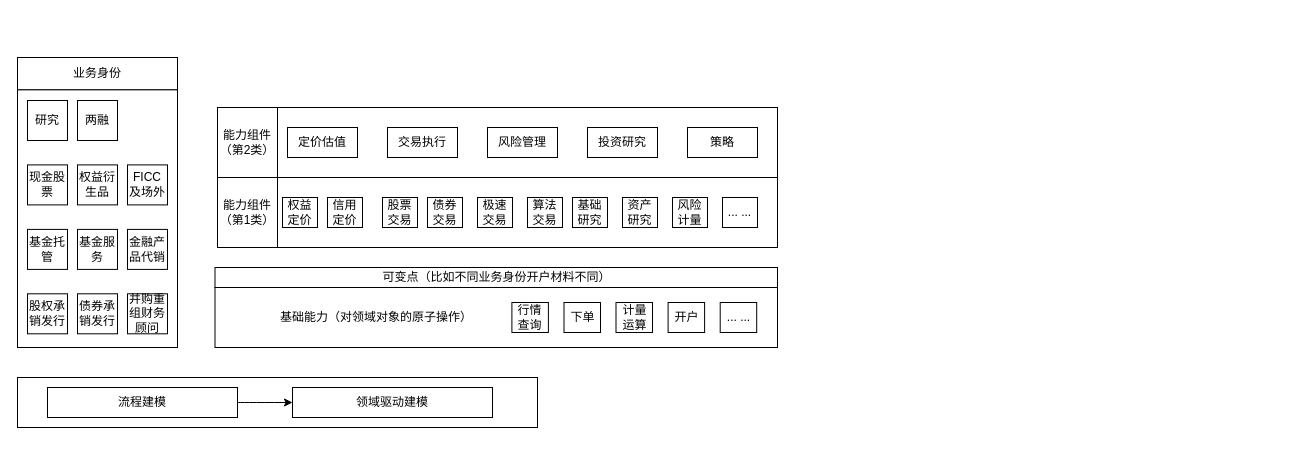
The draw.io diagram 机构业务MEAF全图.drawio in JJFatherL/shuzhuantu, before the edit. Source tidied: cells renumbered, new cells numbered last; positions are measured from the earlier drawing's top-left corner, leaving out a move shared by most shapes. Both pictures are drawn from the tidied source at 100%, with x=0, y=0 at pixel (17, 57).
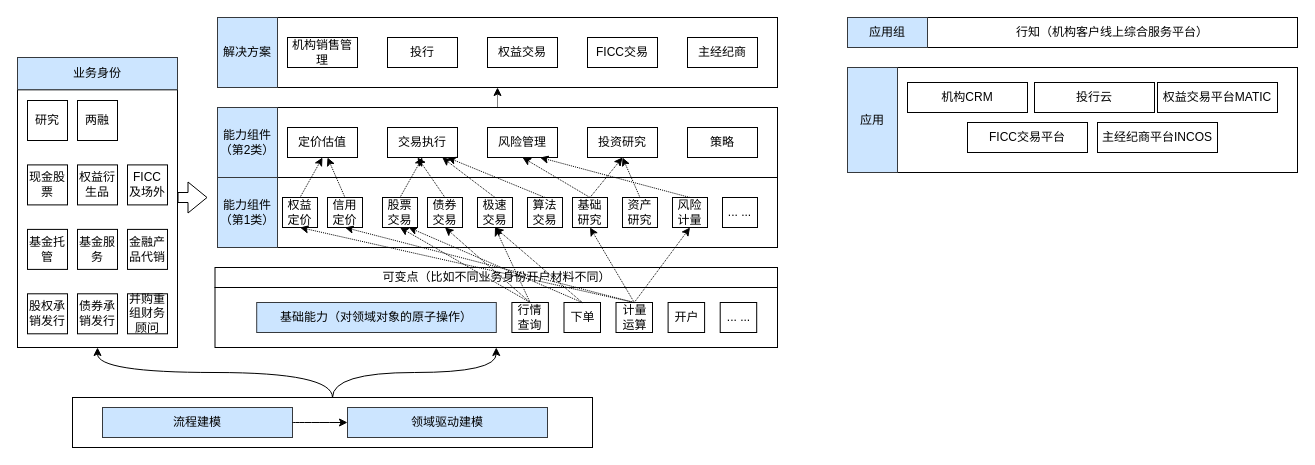
After the change.

Commit message (it also covers changes not shown here):
更新机构业务MEAF全图.drawio

The change refers to these unchanged cells:
```xml
<mxCell id="5" style="rounded=0;whiteSpace=wrap;html=1;" parent="4" vertex="1">
  <mxGeometry width="520" height="50" as="geometry" />
</mxCell>
<mxCell id="35" style="group;" parent="1" vertex="1">
  <mxGeometry width="160" height="290" as="geometry" />
</mxCell>
<mxCell id="36" style="rounded=0;whiteSpace=wrap;html=1;" parent="35" vertex="1">
  <mxGeometry y="32.2" width="160" height="257.8" as="geometry" />
</mxCell>
```

Change to the diagram source:
```diff
@@
-    <mxCell id="2" style="rounded=0;whiteSpace=wrap;html=1;" parent="1" vertex="1">
-      <mxGeometry x="200" y="50" width="560" height="70" as="geometry" />
-    </mxCell>
-    <mxCell id="3" style="rounded=0;whiteSpace=wrap;html=1;" parent="1" vertex="1">
-      <mxGeometry x="200" y="120" width="560" height="70" as="geometry" />
-    </mxCell>
+    <mxCell id="49" style="rounded=0;whiteSpace=wrap;html=1;" parent="1" vertex="1">
+      <mxGeometry x="880" y="10" width="400" height="105" as="geometry" />
+    </mxCell>
     <mxCell id="4" style="group;" parent="1" vertex="1">
-      <mxGeometry y="320" width="520" height="50" as="geometry" />
+      <mxGeometry x="55" y="340" width="520" height="50" as="geometry" />
     </mxCell>
@@
-    <mxCell id="6" value="流程建模" style="rounded=0;whiteSpace=wrap;html=1;" parent="4" vertex="1">
+    <mxCell id="6" value="流程建模" style="rounded=0;whiteSpace=wrap;html=1;fillColor=#cce5ff;strokeColor=#36393d;" parent="4" vertex="1">
       <mxGeometry x="30" y="10" width="190" height="30" as="geometry" />
     </mxCell>
-    <mxCell id="7" value="领域驱动建模" style="rounded=0;whiteSpace=wrap;html=1;" parent="4" vertex="1">
+    <mxCell id="7" value="领域驱动建模" style="rounded=0;whiteSpace=wrap;html=1;fillColor=#cce5ff;strokeColor=#36393d;" parent="4" vertex="1">
       <mxGeometry x="275" y="10" width="200" height="30" as="geometry" />
     </mxCell>
@@
-    <mxCell id="9" value="定价估值" style="rounded=0;whiteSpace=wrap;html=1;" parent="1" vertex="1">
-      <mxGeometry x="270" y="70" width="70" height="30" as="geometry" />
-    </mxCell>
-    <mxCell id="10" value="交易执行" style="rounded=0;whiteSpace=wrap;html=1;" parent="1" vertex="1">
-      <mxGeometry x="370" y="70" width="70" height="30" as="geometry" />
-    </mxCell>
-    <mxCell id="11" value="风险管理" style="rounded=0;whiteSpace=wrap;html=1;" parent="1" vertex="1">
-      <mxGeometry x="470" y="70" width="70" height="30" as="geometry" />
-    </mxCell>
-    <mxCell id="12" value="投资研究" style="rounded=0;whiteSpace=wrap;html=1;" parent="1" vertex="1">
-      <mxGeometry x="570" y="70" width="70" height="30" as="geometry" />
-    </mxCell>
-    <mxCell id="13" value="权益定价" style="rounded=0;whiteSpace=wrap;html=1;" parent="1" vertex="1">
-      <mxGeometry x="265" y="140" width="35" height="30" as="geometry" />
-    </mxCell>
-    <mxCell id="14" value="信用定价" style="rounded=0;whiteSpace=wrap;html=1;" parent="1" vertex="1">
-      <mxGeometry x="310" y="140" width="35" height="30" as="geometry" />
-    </mxCell>
-    <mxCell id="15" value="股票交易" style="rounded=0;whiteSpace=wrap;html=1;" parent="1" vertex="1">
-      <mxGeometry x="365" y="140" width="35" height="30" as="geometry" />
-    </mxCell>
-    <mxCell id="16" value="债券交易" style="rounded=0;whiteSpace=wrap;html=1;" parent="1" vertex="1">
-      <mxGeometry x="410" y="140" width="35" height="30" as="geometry" />
-    </mxCell>
-    <mxCell id="17" value="极速交易" style="rounded=0;whiteSpace=wrap;html=1;" parent="1" vertex="1">
-      <mxGeometry x="460" y="140" width="35" height="30" as="geometry" />
-    </mxCell>
-    <mxCell id="18" value="算法交易" style="rounded=0;whiteSpace=wrap;html=1;" parent="1" vertex="1">
-      <mxGeometry x="510" y="140" width="35" height="30" as="geometry" />
-    </mxCell>
-    <mxCell id="19" value="策略" style="rounded=0;whiteSpace=wrap;html=1;" parent="1" vertex="1">
-      <mxGeometry x="670" y="70" width="70" height="30" as="geometry" />
-    </mxCell>
-    <mxCell id="20" value="基础研究" style="rounded=0;whiteSpace=wrap;html=1;" parent="1" vertex="1">
-      <mxGeometry x="555" y="140" width="35" height="30" as="geometry" />
-    </mxCell>
-    <mxCell id="21" value="资产研究" style="rounded=0;whiteSpace=wrap;html=1;" parent="1" vertex="1">
-      <mxGeometry x="605" y="140" width="35" height="30" as="geometry" />
-    </mxCell>
-    <mxCell id="22" value="风险计量" style="rounded=0;whiteSpace=wrap;html=1;" parent="1" vertex="1">
-      <mxGeometry x="655" y="140" width="35" height="30" as="geometry" />
-    </mxCell>
-    <mxCell id="23" value="... ..." style="rounded=0;whiteSpace=wrap;html=1;" parent="1" vertex="1">
-      <mxGeometry x="705" y="140" width="35" height="30" as="geometry" />
-    </mxCell>
-    <mxCell id="24" style="group;" parent="1" vertex="1">
-      <mxGeometry x="197.5" y="230" width="562.5" height="60" as="geometry" />
-    </mxCell>
-    <mxCell id="25" style="rounded=0;whiteSpace=wrap;html=1;" parent="24" vertex="1">
-      <mxGeometry width="562.5" height="60" as="geometry" />
-    </mxCell>
-    <mxCell id="26" value="行情查询" style="rounded=0;whiteSpace=wrap;html=1;" parent="24" vertex="1">
-      <mxGeometry x="296.9" y="15" width="36.5" height="30" as="geometry" />
-    </mxCell>
-    <mxCell id="27" value="下单" style="rounded=0;whiteSpace=wrap;html=1;" parent="24" vertex="1">
-      <mxGeometry x="349" y="15" width="36.5" height="30" as="geometry" />
-    </mxCell>
-    <mxCell id="28" value="计量运算" style="rounded=0;whiteSpace=wrap;html=1;" parent="24" vertex="1">
-      <mxGeometry x="401" y="15" width="36.5" height="30" as="geometry" />
-    </mxCell>
-    <mxCell id="29" value="... ..." style="rounded=0;whiteSpace=wrap;html=1;" parent="24" vertex="1">
-      <mxGeometry x="505.2" y="15" width="36.5" height="30" as="geometry" />
-    </mxCell>
-    <mxCell id="30" value="开户" style="rounded=0;whiteSpace=wrap;html=1;" parent="24" vertex="1">
-      <mxGeometry x="453.1" y="15" width="36.5" height="30" as="geometry" />
-    </mxCell>
-    <mxCell id="31" value="基础能力（对领域对象的原子操作）" style="text;html=1;strokeColor=none;fillColor=none;align=center;verticalAlign=middle;whiteSpace=wrap;rounded=0;" parent="24" vertex="1">
-      <mxGeometry x="41.7" y="15" width="239.6" height="30" as="geometry" />
-    </mxCell>
-    <mxCell id="32" value="能力组件（第1类）" style="rounded=0;whiteSpace=wrap;html=1;" parent="1" vertex="1">
-      <mxGeometry x="200" y="120" width="60" height="70" as="geometry" />
-    </mxCell>
-    <mxCell id="33" value="能力组件（第2类）" style="rounded=0;whiteSpace=wrap;html=1;" parent="1" vertex="1">
-      <mxGeometry x="200" y="50" width="60" height="70" as="geometry" />
-    </mxCell>
-    <mxCell id="34" value="可变点（比如不同业务身份开户材料不同）" style="rounded=0;whiteSpace=wrap;html=1;" parent="1" vertex="1">
-      <mxGeometry x="197.5" y="210" width="562.5" height="20" as="geometry" />
-    </mxCell>
@@
-    <mxCell id="48" value="业务身份" style="rounded=0;whiteSpace=wrap;html=1;" parent="35" vertex="1">
+    <mxCell id="48" value="业务身份" style="rounded=0;whiteSpace=wrap;html=1;fillColor=#cce5ff;strokeColor=#36393d;" parent="35" vertex="1">
       <mxGeometry width="160" height="32.2" as="geometry" />
     </mxCell>
+    <mxCell id="50" style="group;fillColor=#cce5ff;strokeColor=#36393d;" parent="1" vertex="1">
+      <mxGeometry x="200" y="120" width="560" height="70" as="geometry" />
+    </mxCell>
+    <mxCell id="3" style="rounded=0;whiteSpace=wrap;html=1;" parent="50" vertex="1">
+      <mxGeometry width="560" height="70" as="geometry" />
+    </mxCell>
+    <mxCell id="13" value="权益定价" style="rounded=0;whiteSpace=wrap;html=1;" parent="50" vertex="1">
+      <mxGeometry x="65" y="20" width="35" height="30" as="geometry" />
+    </mxCell>
+    <mxCell id="14" value="信用定价" style="rounded=0;whiteSpace=wrap;html=1;" parent="50" vertex="1">
+      <mxGeometry x="110" y="20" width="35" height="30" as="geometry" />
+    </mxCell>
+    <mxCell id="15" value="股票交易" style="rounded=0;whiteSpace=wrap;html=1;" parent="50" vertex="1">
+      <mxGeometry x="165" y="20" width="35" height="30" as="geometry" />
+    </mxCell>
+    <mxCell id="16" value="债券交易" style="rounded=0;whiteSpace=wrap;html=1;" parent="50" vertex="1">
+      <mxGeometry x="210" y="20" width="35" height="30" as="geometry" />
+    </mxCell>
+    <mxCell id="17" value="极速交易" style="rounded=0;whiteSpace=wrap;html=1;" parent="50" vertex="1">
+      <mxGeometry x="260" y="20" width="35" height="30" as="geometry" />
+    </mxCell>
+    <mxCell id="18" value="算法交易" style="rounded=0;whiteSpace=wrap;html=1;" parent="50" vertex="1">
+      <mxGeometry x="310" y="20" width="35" height="30" as="geometry" />
+    </mxCell>
+    <mxCell id="20" value="基础研究" style="rounded=0;whiteSpace=wrap;html=1;" parent="50" vertex="1">
+      <mxGeometry x="355" y="20" width="35" height="30" as="geometry" />
+    </mxCell>
+    <mxCell id="21" value="资产研究" style="rounded=0;whiteSpace=wrap;html=1;" parent="50" vertex="1">
+      <mxGeometry x="405" y="20" width="35" height="30" as="geometry" />
+    </mxCell>
+    <mxCell id="22" value="风险计量" style="rounded=0;whiteSpace=wrap;html=1;" parent="50" vertex="1">
+      <mxGeometry x="455" y="20" width="35" height="30" as="geometry" />
+    </mxCell>
+    <mxCell id="23" value="... ..." style="rounded=0;whiteSpace=wrap;html=1;" parent="50" vertex="1">
+      <mxGeometry x="505" y="20" width="35" height="30" as="geometry" />
+    </mxCell>
+    <mxCell id="32" value="能力组件（第1类）" style="rounded=0;whiteSpace=wrap;html=1;fillColor=#cce5ff;strokeColor=#36393d;" parent="50" vertex="1">
+      <mxGeometry width="60" height="70" as="geometry" />
+    </mxCell>
+    <mxCell id="51" style="group;" parent="1" vertex="1">
+      <mxGeometry x="200" y="50" width="560" height="70" as="geometry" />
+    </mxCell>
+    <mxCell id="2" style="rounded=0;whiteSpace=wrap;html=1;" parent="51" vertex="1">
+      <mxGeometry width="560" height="70" as="geometry" />
+    </mxCell>
+    <mxCell id="9" value="定价估值" style="rounded=0;whiteSpace=wrap;html=1;" parent="51" vertex="1">
+      <mxGeometry x="70" y="20" width="70" height="30" as="geometry" />
+    </mxCell>
+    <mxCell id="10" value="交易执行" style="rounded=0;whiteSpace=wrap;html=1;" parent="51" vertex="1">
+      <mxGeometry x="170" y="20" width="70" height="30" as="geometry" />
+    </mxCell>
+    <mxCell id="11" value="风险管理" style="rounded=0;whiteSpace=wrap;html=1;" parent="51" vertex="1">
+      <mxGeometry x="270" y="20" width="70" height="30" as="geometry" />
+    </mxCell>
+    <mxCell id="12" value="投资研究" style="rounded=0;whiteSpace=wrap;html=1;" parent="51" vertex="1">
+      <mxGeometry x="370" y="20" width="70" height="30" as="geometry" />
+    </mxCell>
+    <mxCell id="19" value="策略" style="rounded=0;whiteSpace=wrap;html=1;" parent="51" vertex="1">
+      <mxGeometry x="470" y="20" width="70" height="30" as="geometry" />
+    </mxCell>
+    <mxCell id="33" value="能力组件（第2类）" style="rounded=0;whiteSpace=wrap;html=1;fillColor=#cce5ff;strokeColor=#36393d;" parent="51" vertex="1">
+      <mxGeometry width="60" height="70" as="geometry" />
+    </mxCell>
+    <mxCell id="52" style="group;" parent="1" vertex="1">
+      <mxGeometry x="200" y="-40" width="560" height="70" as="geometry" />
+    </mxCell>
+    <mxCell id="53" style="rounded=0;whiteSpace=wrap;html=1;" parent="52" vertex="1">
+      <mxGeometry width="560" height="70" as="geometry" />
+    </mxCell>
+    <mxCell id="54" value="机构销售管理" style="rounded=0;whiteSpace=wrap;html=1;" parent="52" vertex="1">
+      <mxGeometry x="70" y="20" width="70" height="30" as="geometry" />
+    </mxCell>
+    <mxCell id="55" value="投行" style="rounded=0;whiteSpace=wrap;html=1;" parent="52" vertex="1">
+      <mxGeometry x="170" y="20" width="70" height="30" as="geometry" />
+    </mxCell>
+    <mxCell id="56" value="权益交易" style="rounded=0;whiteSpace=wrap;html=1;" parent="52" vertex="1">
+      <mxGeometry x="270" y="20" width="70" height="30" as="geometry" />
+    </mxCell>
+    <mxCell id="57" value="FICC交易" style="rounded=0;whiteSpace=wrap;html=1;" parent="52" vertex="1">
+      <mxGeometry x="370" y="20" width="70" height="30" as="geometry" />
+    </mxCell>
+    <mxCell id="58" value="主经纪商" style="rounded=0;whiteSpace=wrap;html=1;" parent="52" vertex="1">
+      <mxGeometry x="470" y="20" width="70" height="30" as="geometry" />
+    </mxCell>
+    <mxCell id="59" value="解决方案" style="rounded=0;whiteSpace=wrap;html=1;fillColor=#cce5ff;strokeColor=#36393d;" parent="52" vertex="1">
+      <mxGeometry width="60" height="70" as="geometry" />
+    </mxCell>
+    <mxCell id="60" style="edgeStyle=orthogonalEdgeStyle;curved=1;rounded=0;jettySize=auto;html=1;exitX=0.5;exitY=0;exitDx=0;exitDy=0;entryX=0.5;entryY=1;entryDx=0;entryDy=0;" parent="1" edge="1" source="5" target="36">
+      <mxGeometry relative="1" as="geometry" />
+    </mxCell>
+    <mxCell id="61" style="edgeStyle=orthogonalEdgeStyle;curved=1;rounded=0;jettySize=auto;html=1;exitX=0.5;exitY=0;exitDx=0;exitDy=0;entryX=0.5;entryY=1;entryDx=0;entryDy=0;" parent="1" edge="1" source="5" target="25">
+      <mxGeometry relative="1" as="geometry" />
+    </mxCell>
+    <mxCell id="62" style="shape=flexArrow;endArrow=classic;html=1;rounded=0;curved=1;" parent="1" edge="1">
+      <mxGeometry relative="1" as="geometry">
+        <mxPoint x="160" y="140" as="sourcePoint" />
+        <mxPoint x="190" y="140" as="targetPoint" />
+      </mxGeometry>
+    </mxCell>
+    <mxCell id="63" style="group;" parent="1" vertex="1">
+      <mxGeometry x="197.5" y="210" width="562.5" height="80" as="geometry" />
+    </mxCell>
+    <mxCell id="24" style="group;" parent="63" vertex="1">
+      <mxGeometry y="20" width="562.5" height="60" as="geometry" />
+    </mxCell>
+    <mxCell id="25" style="rounded=0;whiteSpace=wrap;html=1;" parent="24" vertex="1">
+      <mxGeometry width="562.5" height="60" as="geometry" />
+    </mxCell>
+    <mxCell id="26" value="行情查询" style="rounded=0;whiteSpace=wrap;html=1;" parent="24" vertex="1">
+      <mxGeometry x="296.9" y="15" width="36.5" height="30" as="geometry" />
+    </mxCell>
+    <mxCell id="27" value="下单" style="rounded=0;whiteSpace=wrap;html=1;" parent="24" vertex="1">
+      <mxGeometry x="349" y="15" width="36.5" height="30" as="geometry" />
+    </mxCell>
+    <mxCell id="28" value="计量运算" style="rounded=0;whiteSpace=wrap;html=1;" parent="24" vertex="1">
+      <mxGeometry x="401" y="15" width="36.5" height="30" as="geometry" />
+    </mxCell>
+    <mxCell id="29" value="... ..." style="rounded=0;whiteSpace=wrap;html=1;" parent="24" vertex="1">
+      <mxGeometry x="505.2" y="15" width="36.5" height="30" as="geometry" />
+    </mxCell>
+    <mxCell id="30" value="开户" style="rounded=0;whiteSpace=wrap;html=1;" parent="24" vertex="1">
+      <mxGeometry x="453.1" y="15" width="36.5" height="30" as="geometry" />
+    </mxCell>
+    <mxCell id="31" value="基础能力（对领域对象的原子操作）" style="text;html=1;strokeColor=#36393d;fillColor=#cce5ff;align=center;verticalAlign=middle;whiteSpace=wrap;rounded=0;" parent="24" vertex="1">
+      <mxGeometry x="41.7" y="15" width="239.6" height="30" as="geometry" />
+    </mxCell>
+    <mxCell id="34" value="可变点（比如不同业务身份开户材料不同）" style="rounded=0;whiteSpace=wrap;html=1;" parent="63" vertex="1">
+      <mxGeometry width="562.5" height="20" as="geometry" />
+    </mxCell>
+    <mxCell id="64" style="edgeStyle=none;rounded=0;jettySize=auto;html=1;exitX=0.5;exitY=0;exitDx=0;exitDy=0;entryX=0.5;entryY=1;entryDx=0;entryDy=0;dashed=1;dashPattern=1 1;" parent="1" edge="1" source="26" target="15">
+      <mxGeometry relative="1" as="geometry" />
+    </mxCell>
+    <mxCell id="65" style="edgeStyle=none;rounded=0;jettySize=auto;html=1;exitX=0.5;exitY=0;exitDx=0;exitDy=0;entryX=0.5;entryY=1;entryDx=0;entryDy=0;dashed=1;dashPattern=1 1;" parent="1" edge="1" source="26" target="16">
+      <mxGeometry relative="1" as="geometry" />
+    </mxCell>
+    <mxCell id="66" style="edgeStyle=none;rounded=0;jettySize=auto;html=1;exitX=0.5;exitY=0;exitDx=0;exitDy=0;entryX=0.5;entryY=1;entryDx=0;entryDy=0;dashed=1;dashPattern=1 1;" parent="1" edge="1" source="26" target="17">
+      <mxGeometry relative="1" as="geometry" />
+    </mxCell>
+    <mxCell id="67" style="edgeStyle=none;rounded=0;jettySize=auto;html=1;exitX=0.5;exitY=0;exitDx=0;exitDy=0;entryX=0.5;entryY=1;entryDx=0;entryDy=0;dashed=1;dashPattern=1 1;" parent="1" edge="1" source="27" target="17">
+      <mxGeometry relative="1" as="geometry" />
+    </mxCell>
+    <mxCell id="68" style="edgeStyle=none;rounded=0;jettySize=auto;html=1;exitX=0.5;exitY=0;exitDx=0;exitDy=0;entryX=0.75;entryY=1;entryDx=0;entryDy=0;dashed=1;dashPattern=1 1;" parent="1" edge="1" source="27" target="15">
+      <mxGeometry relative="1" as="geometry" />
+    </mxCell>
+    <mxCell id="69" style="edgeStyle=none;rounded=0;jettySize=auto;html=1;exitX=0.5;exitY=0;exitDx=0;exitDy=0;entryX=0.5;entryY=1;entryDx=0;entryDy=0;dashed=1;dashPattern=1 1;" parent="1" edge="1" source="28" target="13">
+      <mxGeometry relative="1" as="geometry" />
+    </mxCell>
+    <mxCell id="70" style="edgeStyle=none;rounded=0;jettySize=auto;html=1;exitX=0.5;exitY=0;exitDx=0;exitDy=0;entryX=0.5;entryY=1;entryDx=0;entryDy=0;dashed=1;dashPattern=1 1;" parent="1" edge="1" source="28" target="14">
+      <mxGeometry relative="1" as="geometry" />
+    </mxCell>
+    <mxCell id="71" style="edgeStyle=none;rounded=0;jettySize=auto;html=1;exitX=0.5;exitY=0;exitDx=0;exitDy=0;entryX=0.5;entryY=1;entryDx=0;entryDy=0;dashed=1;dashPattern=1 1;" parent="1" edge="1" source="28" target="22">
+      <mxGeometry relative="1" as="geometry" />
+    </mxCell>
+    <mxCell id="72" style="edgeStyle=none;rounded=0;jettySize=auto;html=1;exitX=0.5;exitY=0;exitDx=0;exitDy=0;entryX=0.5;entryY=1;entryDx=0;entryDy=0;dashed=1;dashPattern=1 1;" parent="1" edge="1" source="28" target="20">
+      <mxGeometry relative="1" as="geometry" />
+    </mxCell>
+    <mxCell id="73" style="edgeStyle=none;rounded=0;jettySize=auto;html=1;exitX=0.5;exitY=0;exitDx=0;exitDy=0;entryX=0.5;entryY=1;entryDx=0;entryDy=0;dashed=1;dashPattern=1 1;" parent="1" edge="1" source="13" target="9">
+      <mxGeometry relative="1" as="geometry" />
+    </mxCell>
+    <mxCell id="74" style="edgeStyle=none;rounded=0;jettySize=auto;html=1;exitX=0.5;exitY=0;exitDx=0;exitDy=0;dashed=1;dashPattern=1 1;" parent="1" edge="1" source="14">
+      <mxGeometry relative="1" as="geometry">
+        <mxPoint x="310" y="100" as="targetPoint" />
+      </mxGeometry>
+    </mxCell>
+    <mxCell id="75" style="edgeStyle=none;rounded=0;jettySize=auto;html=1;exitX=0.5;exitY=0;exitDx=0;exitDy=0;entryX=0.5;entryY=1;entryDx=0;entryDy=0;dashed=1;dashPattern=1 1;" parent="1" edge="1" source="15" target="10">
+      <mxGeometry relative="1" as="geometry" />
+    </mxCell>
+    <mxCell id="76" style="edgeStyle=none;rounded=0;jettySize=auto;html=1;exitX=0.5;exitY=0;exitDx=0;exitDy=0;dashed=1;dashPattern=1 1;" parent="1" edge="1" source="16">
+      <mxGeometry relative="1" as="geometry">
+        <mxPoint x="400" y="100" as="targetPoint" />
+      </mxGeometry>
+    </mxCell>
+    <mxCell id="77" style="edgeStyle=none;rounded=0;jettySize=auto;html=1;exitX=0.5;exitY=0;exitDx=0;exitDy=0;dashed=1;dashPattern=1 1;" parent="1" edge="1" source="17" target="10">
+      <mxGeometry relative="1" as="geometry" />
+    </mxCell>
+    <mxCell id="78" style="edgeStyle=none;rounded=0;jettySize=auto;html=1;exitX=0.5;exitY=0;exitDx=0;exitDy=0;dashed=1;dashPattern=1 1;" parent="1" edge="1" source="18">
+      <mxGeometry relative="1" as="geometry">
+        <mxPoint x="430" y="100" as="targetPoint" />
+      </mxGeometry>
+    </mxCell>
+    <mxCell id="79" style="edgeStyle=none;rounded=0;jettySize=auto;html=1;exitX=0.5;exitY=0;exitDx=0;exitDy=0;entryX=0.5;entryY=1;entryDx=0;entryDy=0;dashed=1;dashPattern=1 1;" parent="1" edge="1" source="20" target="11">
+      <mxGeometry relative="1" as="geometry" />
+    </mxCell>
+    <mxCell id="80" style="edgeStyle=none;rounded=0;jettySize=auto;html=1;exitX=0.5;exitY=0;exitDx=0;exitDy=0;entryX=0.5;entryY=1;entryDx=0;entryDy=0;dashed=1;dashPattern=1 1;" parent="1" edge="1" source="20" target="12">
+      <mxGeometry relative="1" as="geometry" />
+    </mxCell>
+    <mxCell id="81" style="edgeStyle=none;rounded=0;jettySize=auto;html=1;exitX=0.5;exitY=0;exitDx=0;exitDy=0;entryX=0.5;entryY=1;entryDx=0;entryDy=0;dashed=1;dashPattern=1 1;" parent="1" edge="1" source="21" target="12">
+      <mxGeometry relative="1" as="geometry" />
+    </mxCell>
+    <mxCell id="82" style="edgeStyle=none;rounded=0;jettySize=auto;html=1;exitX=0.5;exitY=0;exitDx=0;exitDy=0;entryX=0.75;entryY=1;entryDx=0;entryDy=0;dashed=1;dashPattern=1 1;" parent="1" edge="1" source="22" target="11">
+      <mxGeometry relative="1" as="geometry" />
+    </mxCell>
+    <mxCell id="83" style="edgeStyle=none;rounded=0;jettySize=auto;html=1;exitX=0.5;exitY=0;exitDx=0;exitDy=0;entryX=0.5;entryY=1;entryDx=0;entryDy=0;dashed=1;dashPattern=1 1;" parent="1" edge="1" source="2" target="53">
+      <mxGeometry relative="1" as="geometry" />
+    </mxCell>
+    <mxCell id="84" value="机构CRM" style="rounded=0;whiteSpace=wrap;html=1;" parent="1" vertex="1">
+      <mxGeometry x="890" y="25" width="120" height="30" as="geometry" />
+    </mxCell>
+    <mxCell id="85" value="投行云" style="rounded=0;whiteSpace=wrap;html=1;" parent="1" vertex="1">
+      <mxGeometry x="1017" y="25" width="120" height="30" as="geometry" />
+    </mxCell>
+    <mxCell id="86" value="权益交易平台MATIC" style="rounded=0;whiteSpace=wrap;html=1;" parent="1" vertex="1">
+      <mxGeometry x="1140" y="25" width="120" height="30" as="geometry" />
+    </mxCell>
+    <mxCell id="87" value="FICC交易平台" style="rounded=0;whiteSpace=wrap;html=1;" parent="1" vertex="1">
+      <mxGeometry x="950" y="65" width="120" height="30" as="geometry" />
+    </mxCell>
+    <mxCell id="88" value="主经纪商平台INCOS" style="rounded=0;whiteSpace=wrap;html=1;" parent="1" vertex="1">
+      <mxGeometry x="1080" y="65" width="120" height="30" as="geometry" />
+    </mxCell>
+    <mxCell id="89" style="group;" parent="1" vertex="1">
+      <mxGeometry x="830" y="-40" width="450" height="30" as="geometry" />
+    </mxCell>
+    <mxCell id="90" value="行知（机构客户线上综合服务平台）" style="rounded=0;whiteSpace=wrap;html=1;" parent="89" vertex="1">
+      <mxGeometry x="80" width="370" height="30" as="geometry" />
+    </mxCell>
+    <mxCell id="91" value="应用组" style="rounded=0;whiteSpace=wrap;html=1;fillColor=#cce5ff;strokeColor=#36393d;" parent="89" vertex="1">
+      <mxGeometry width="80" height="30" as="geometry" />
+    </mxCell>
+    <mxCell id="92" value="应用" style="rounded=0;whiteSpace=wrap;html=1;fillColor=#cce5ff;strokeColor=#36393d;" parent="1" vertex="1">
+      <mxGeometry x="830" y="10" width="50" height="105" as="geometry" />
+    </mxCell>
```
